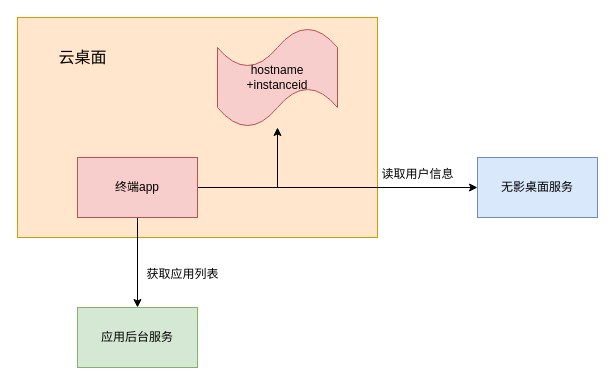
chenkangzeng/appstreaming keeps this draw.io diagram as dmuser.drawio. Above is the earlier version. Source tidied: cells renumbered, new cells numbered last; positions are measured from the earlier drawing's top-left corner, leaving out a move shared by most shapes. Both pictures are drawn from the tidied source at 100%, with x=0, y=0 at pixel (17, 17).
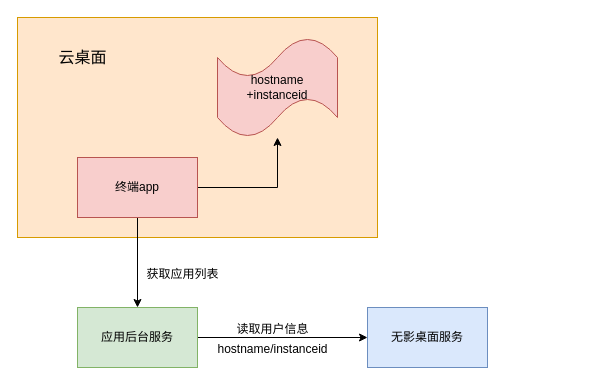
After the change.

The edit, as a diff of the source:
```diff
@@
 <mxGraphModel>
   <root>
     <mxCell id="0" />
     <mxCell id="1" parent="0" />
     <mxCell id="2" style="rounded=0;whiteSpace=wrap;html=1;fillColor=#ffe6cc;strokeColor=#d79b00;" parent="1" vertex="1">
       <mxGeometry width="360" height="220" as="geometry" />
     </mxCell>
     <mxCell id="3" style="edgeStyle=orthogonalEdgeStyle;rounded=0;jettySize=auto;html=1;" parent="1" edge="1" source="6" target="7">
       <mxGeometry relative="1" as="geometry" />
     </mxCell>
-    <mxCell id="4" style="edgeStyle=orthogonalEdgeStyle;rounded=0;jettySize=auto;html=1;" parent="1" edge="1" source="6" target="8">
-      <mxGeometry relative="1" as="geometry" />
-    </mxCell>
     <mxCell id="5" style="edgeStyle=orthogonalEdgeStyle;rounded=0;jettySize=auto;html=1;" parent="1" edge="1" source="6" target="9">
       <mxGeometry relative="1" as="geometry" />
     </mxCell>
     <mxCell id="6" value="终端app" style="rounded=0;whiteSpace=wrap;html=1;fillColor=#f8cecc;strokeColor=#b85450;" parent="1" vertex="1">
       <mxGeometry x="60" y="140" width="120" height="60" as="geometry" />
     </mxCell>
     <mxCell id="7" value="hostname&lt;br&gt;+instanceid" style="shape=tape;whiteSpace=wrap;html=1;fillColor=#f8cecc;strokeColor=#b85450;" parent="1" vertex="1">
-      <mxGeometry x="200" y="10" width="120" height="100" as="geometry" />
+      <mxGeometry x="200" y="20" width="120" height="100" as="geometry" />
     </mxCell>
     <mxCell id="8" value="无影桌面服务" style="whiteSpace=wrap;html=1;rounded=0;fillColor=#dae8fc;strokeColor=#6c8ebf;" parent="1" vertex="1">
-      <mxGeometry x="460" y="140" width="120" height="60" as="geometry" />
+      <mxGeometry x="350" y="290" width="120" height="60" as="geometry" />
     </mxCell>
+    <mxCell id="13" style="edgeStyle=orthogonalEdgeStyle;rounded=0;jettySize=auto;html=1;fontSize=16;entryX=0;entryY=0.5;entryDx=0;entryDy=0;" parent="1" edge="1" source="9" target="8">
+      <mxGeometry relative="1" as="geometry" />
+    </mxCell>
     <mxCell id="9" value="应用后台服务" style="rounded=0;whiteSpace=wrap;html=1;fillColor=#d5e8d4;strokeColor=#82b366;" parent="1" vertex="1">
       <mxGeometry x="60" y="290" width="120" height="60" as="geometry" />
     </mxCell>
     <mxCell id="10" value="云桌面" style="text;html=1;align=center;verticalAlign=middle;strokeColor=none;fontSize=16;" parent="1" vertex="1">
       <mxGeometry x="35" y="30" width="60" height="20" as="geometry" />
     </mxCell>
     <mxCell id="11" value="&lt;font style=&quot;font-size: 12px&quot;&gt;获取应用列表&lt;/font&gt;" style="text;html=1;align=center;verticalAlign=middle;strokeColor=none;fontSize=16;" parent="1" vertex="1">
       <mxGeometry x="120" y="240" width="90" height="30" as="geometry" />
     </mxCell>
-    <mxCell id="12" value="&lt;font style=&quot;font-size: 12px&quot;&gt;读取用户信息&lt;/font&gt;" style="text;html=1;align=center;verticalAlign=middle;strokeColor=none;fontSize=16;" parent="1" vertex="1">
-      <mxGeometry x="355" y="140" width="90" height="30" as="geometry" />
+    <mxCell id="12" value="&lt;font style=&quot;font-size: 12px&quot;&gt;读取用户信息&lt;br&gt;hostname/instanceid&lt;br&gt;&lt;/font&gt;" style="text;html=1;align=center;verticalAlign=middle;strokeColor=none;fontSize=16;" parent="1" vertex="1">
+      <mxGeometry x="190" y="295" width="130" height="50" as="geometry" />
     </mxCell>
   </root>
 </mxGraphModel>
```
